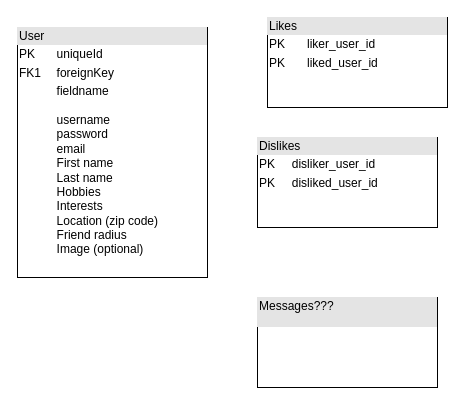
This is friender-db.drawio from s34n-k1m/friender, a draw.io file, before an edit. Source tidied: cells renumbered, new cells numbered last; positions are measured from the earlier drawing's top-left corner, leaving out a move shared by most shapes. Both pictures are drawn from the tidied source at 100%, with x=0, y=0 at pixel (17, 17).
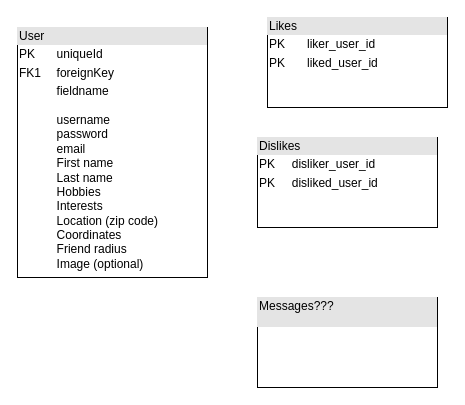
After the change.

Commit message (it also covers changes not shown here):
Post code review for backend

Diff of the diagram source:
```diff
@@
 <mxGraphModel>
   <root>
     <mxCell id="0" />
     <mxCell id="1" parent="0" />
     <mxCell id="2" value="&lt;div style=&quot;box-sizing: border-box ; width: 100% ; background: #e4e4e4 ; padding: 2px&quot;&gt;Messages???&amp;nbsp;&lt;table cellpadding=&quot;2&quot; cellspacing=&quot;0&quot; style=&quot;font-size: 1em ; width: 100%&quot;&gt;&lt;tbody&gt;&lt;tr&gt;&lt;td&gt;&lt;/td&gt;&lt;td&gt;&lt;/td&gt;&lt;/tr&gt;&lt;tr&gt;&lt;td&gt;&lt;/td&gt;&lt;td&gt;&lt;/td&gt;&lt;/tr&gt;&lt;tr&gt;&lt;td&gt;&lt;/td&gt;&lt;td&gt;&lt;/td&gt;&lt;/tr&gt;&lt;/tbody&gt;&lt;/table&gt;&lt;/div&gt;" style="verticalAlign=top;align=left;overflow=fill;html=1;" parent="1" vertex="1">
       <mxGeometry x="240" y="280" width="180" height="90" as="geometry" />
     </mxCell>
-    <mxCell id="3" value="&lt;div style=&quot;box-sizing: border-box ; width: 100% ; background: #e4e4e4 ; padding: 2px&quot;&gt;User&lt;/div&gt;&lt;table style=&quot;width: 100% ; font-size: 1em&quot; cellpadding=&quot;2&quot; cellspacing=&quot;0&quot;&gt;&lt;tbody&gt;&lt;tr&gt;&lt;td&gt;PK&lt;/td&gt;&lt;td&gt;uniqueId&lt;/td&gt;&lt;/tr&gt;&lt;tr&gt;&lt;td&gt;FK1&lt;/td&gt;&lt;td&gt;foreignKey&lt;/td&gt;&lt;/tr&gt;&lt;tr&gt;&lt;td&gt;&lt;/td&gt;&lt;td&gt;fieldname&lt;br&gt;&lt;br&gt;username&lt;br&gt;password&lt;br&gt;email&lt;br&gt;First name&lt;br&gt;Last name&lt;br&gt;Hobbies&lt;br&gt;Interests&lt;br&gt;Location (zip code)&lt;br&gt;Friend radius&lt;br&gt;Image (optional)&lt;br&gt;&lt;br&gt;&lt;br&gt;&lt;br&gt;&lt;/td&gt;&lt;/tr&gt;&lt;/tbody&gt;&lt;/table&gt;" style="verticalAlign=top;align=left;overflow=fill;html=1;" parent="1" vertex="1">
+    <mxCell id="3" value="&lt;div style=&quot;box-sizing: border-box ; width: 100% ; background: #e4e4e4 ; padding: 2px&quot;&gt;User&lt;/div&gt;&lt;table style=&quot;width: 100% ; font-size: 1em&quot; cellpadding=&quot;2&quot; cellspacing=&quot;0&quot;&gt;&lt;tbody&gt;&lt;tr&gt;&lt;td&gt;PK&lt;/td&gt;&lt;td&gt;uniqueId&lt;/td&gt;&lt;/tr&gt;&lt;tr&gt;&lt;td&gt;FK1&lt;/td&gt;&lt;td&gt;foreignKey&lt;/td&gt;&lt;/tr&gt;&lt;tr&gt;&lt;td&gt;&lt;/td&gt;&lt;td&gt;fieldname&lt;br&gt;&lt;br&gt;username&lt;br&gt;password&lt;br&gt;email&lt;br&gt;First name&lt;br&gt;Last name&lt;br&gt;Hobbies&lt;br&gt;Interests&lt;br&gt;Location (zip code)&lt;br&gt;Coordinates&lt;br&gt;Friend radius&lt;br&gt;Image (optional)&lt;br&gt;&lt;br&gt;&lt;br&gt;&lt;br&gt;&lt;/td&gt;&lt;/tr&gt;&lt;/tbody&gt;&lt;/table&gt;" style="verticalAlign=top;align=left;overflow=fill;html=1;" parent="1" vertex="1">
       <mxGeometry y="10" width="190" height="250" as="geometry" />
     </mxCell>
     <mxCell id="4" value="&lt;div style=&quot;box-sizing: border-box ; width: 100% ; background: #e4e4e4 ; padding: 2px&quot;&gt;Likes&lt;/div&gt;&lt;table style=&quot;width: 100% ; font-size: 1em&quot; cellpadding=&quot;2&quot; cellspacing=&quot;0&quot;&gt;&lt;tbody&gt;&lt;tr&gt;&lt;td&gt;PK&lt;/td&gt;&lt;td&gt;liker_user_id&lt;/td&gt;&lt;/tr&gt;&lt;tr&gt;&lt;td&gt;PK&lt;/td&gt;&lt;td&gt;liked_user_id&lt;/td&gt;&lt;/tr&gt;&lt;tr&gt;&lt;td&gt;&lt;/td&gt;&lt;td&gt;&lt;br&gt;&lt;/td&gt;&lt;/tr&gt;&lt;/tbody&gt;&lt;/table&gt;" style="verticalAlign=top;align=left;overflow=fill;html=1;" parent="1" vertex="1">
       <mxGeometry x="250" width="180" height="90" as="geometry" />
     </mxCell>
     <mxCell id="5" value="&lt;div style=&quot;box-sizing: border-box ; width: 100% ; background: #e4e4e4 ; padding: 2px&quot;&gt;Dislikes&lt;/div&gt;&lt;table style=&quot;width: 100% ; font-size: 1em&quot; cellpadding=&quot;2&quot; cellspacing=&quot;0&quot;&gt;&lt;tbody&gt;&lt;tr&gt;&lt;td&gt;PK&lt;/td&gt;&lt;td&gt;disliker_user_id&lt;/td&gt;&lt;/tr&gt;&lt;tr&gt;&lt;td&gt;PK&lt;/td&gt;&lt;td&gt;disliked_user_id&lt;/td&gt;&lt;/tr&gt;&lt;tr&gt;&lt;td&gt;&lt;/td&gt;&lt;td&gt;&lt;br&gt;&lt;/td&gt;&lt;/tr&gt;&lt;/tbody&gt;&lt;/table&gt;" style="verticalAlign=top;align=left;overflow=fill;html=1;" parent="1" vertex="1">
       <mxGeometry x="240" y="120" width="180" height="90" as="geometry" />
     </mxCell>
   </root>
 </mxGraphModel>
```
